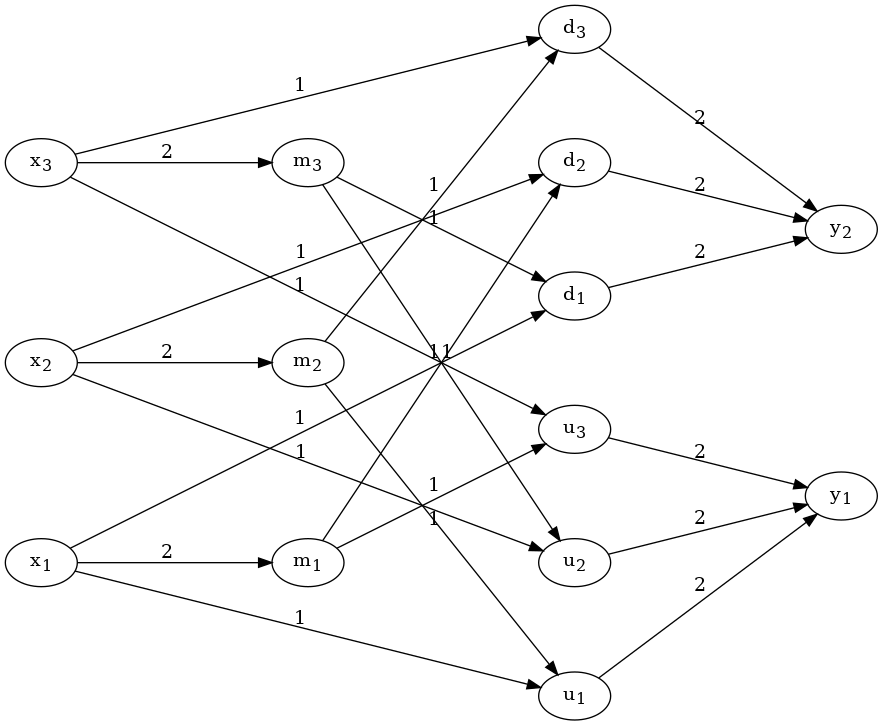
The Graphviz diagram p1/img/mp.png in Serede/neuro-1718, before a commit. Its source is kept beside it as p1/img/mp.dot.
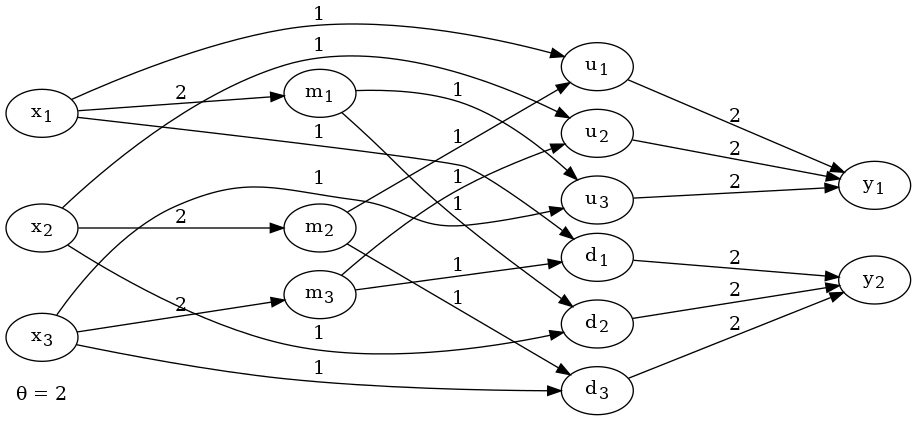
After the commit.

Commit message:
Much better graph.

The edit, as a diff of the source:
```diff
@@ -1,47 +1,28 @@
 digraph MP {
-    layout=neato;
-    rankdir=LR;
-    overlap = false;
-    splines = true;
+	graph [nodesep="0.1"];
+	rankdir=LR;
+	ranksep = 2.0;
 
-    subgraph x {
-        x1 [label=<x<SUB>1</SUB>>, pos="0,100!"];
-        x2 [label=<x<SUB>2</SUB>>, pos="0,250!"];
-        x3 [label=<x<SUB>3</SUB>>, pos="0,400!"];
-        {rank=same; x1 x2 x3}
-        x1 -> x2 -> x3 [style=invis];
-    }
+	{
+		node [shape=none];
+		theta [label="θ = 2"];
+	}
 
-    subgraph m {
-        m1 [label=<m<SUB>1</SUB>>, pos="200,100!"];
-        m2 [label=<m<SUB>2</SUB>>, pos="200,250!"];
-        m3 [label=<m<SUB>3</SUB>>, pos="200,400!"];
-        {rank=same; m1 m2 m3}
-        m1 -> m2 -> m3 [style=invis];
-    }
+	x1 [label=<x<SUB>1</SUB>>];
+	x2 [label=<x<SUB>2</SUB>>];
+	x3 [label=<x<SUB>3</SUB>>];
+	m1 [label=<m<SUB>1</SUB>>];
+	m2 [label=<m<SUB>2</SUB>>];
+	m3 [label=<m<SUB>3</SUB>>];
+	u1 [label=<u<SUB>1</SUB>>];
+	u2 [label=<u<SUB>2</SUB>>];
+	u3 [label=<u<SUB>3</SUB>>];
+	d1 [label=<d<SUB>1</SUB>>];
+	d2 [label=<d<SUB>2</SUB>>];
+	d3 [label=<d<SUB>3</SUB>>];
+	y1 [label=<y<SUB>1</SUB>>];
+	y2 [label=<y<SUB>2</SUB>>];
 
-    subgraph u {
-        u1 [label=<u<SUB>1</SUB>>, pos="400,0!"];
-        u2 [label=<u<SUB>2</SUB>>, pos="400,100!"];
-        u3 [label=<u<SUB>3</SUB>>, pos="400,200!"];
-        {rank=same; u1 u2 u3}
-        u1 -> u2 -> u3 [style=invis];
-    }
-
-    subgraph d {
-        d1 [label=<d<SUB>1</SUB>>, pos="400,300!"];
-        d2 [label=<d<SUB>2</SUB>>, pos="400,400!"];
-        d3 [label=<d<SUB>3</SUB>>, pos="400,500!"];
-        {rank=same; d1 d2 d3}
-        d1 -> d2 -> d3 [style=invis];
-    }
-
-    subgraph y {
-        y1 [label=<y<SUB>1</SUB>>, pos="600,150!"];
-        y2 [label=<y<SUB>2</SUB>>, pos="600,350!"];
-        {rank=same; y1 y2}
-        y1 -> y2 [style=invis];
-    }
 
     x1 -> d1 [label=1];
     x1 -> m1 [label=2];
@@ -64,4 +45,27 @@
     d1 -> y2 [label=2];
     d2 -> y2 [label=2];
     d3 -> y2 [label=2];
+
+	edge[style=invis];
+	{
+        rank=same;
+        x1 -> x2 -> x3;
+    }
+	{
+        rank=same;
+        m1 -> m2 -> m3;
+    }
+	{
+        rank=same;
+        u1 -> u2 -> u3;
+    }
+	{
+        rank=same;
+        d1 -> d2 -> d3;
+    }
+	{
+        rank=same;
+        y1 -> y2;
+    }
+
 }
```
